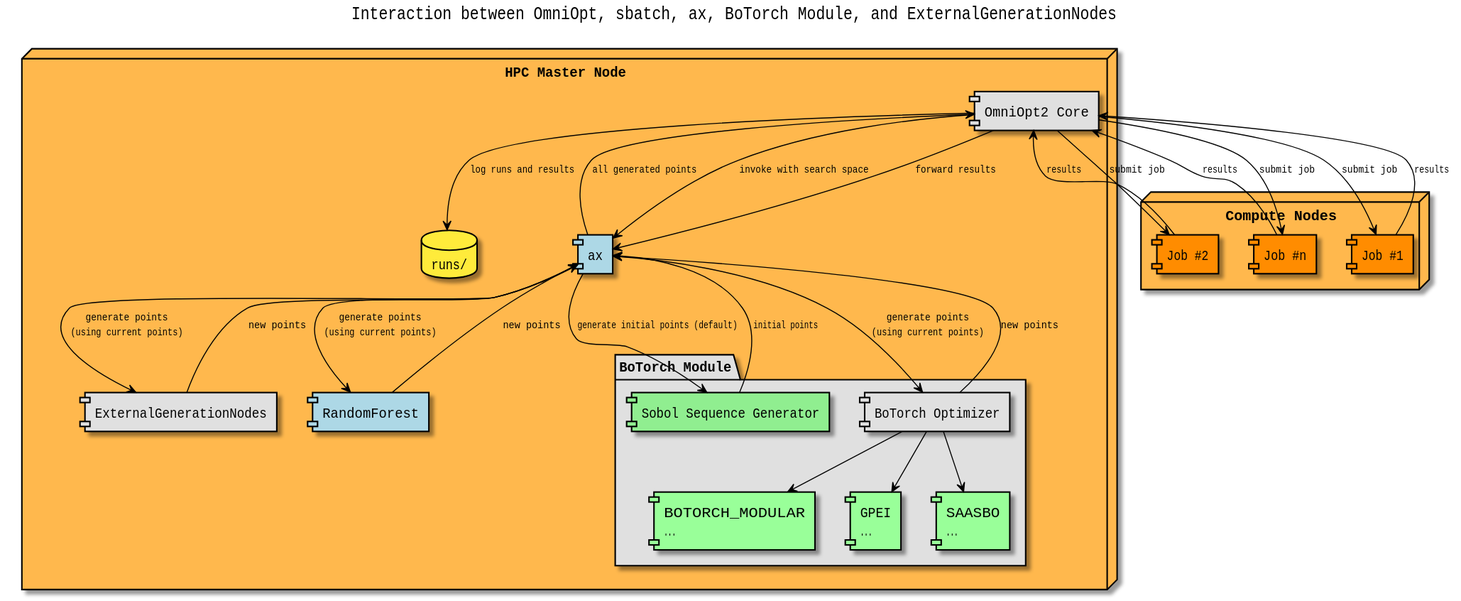
Earlier version of the PlantUML export .gui/documentation/output_light_slurm/slurm.svg (NormanTUD/OmniOpt).
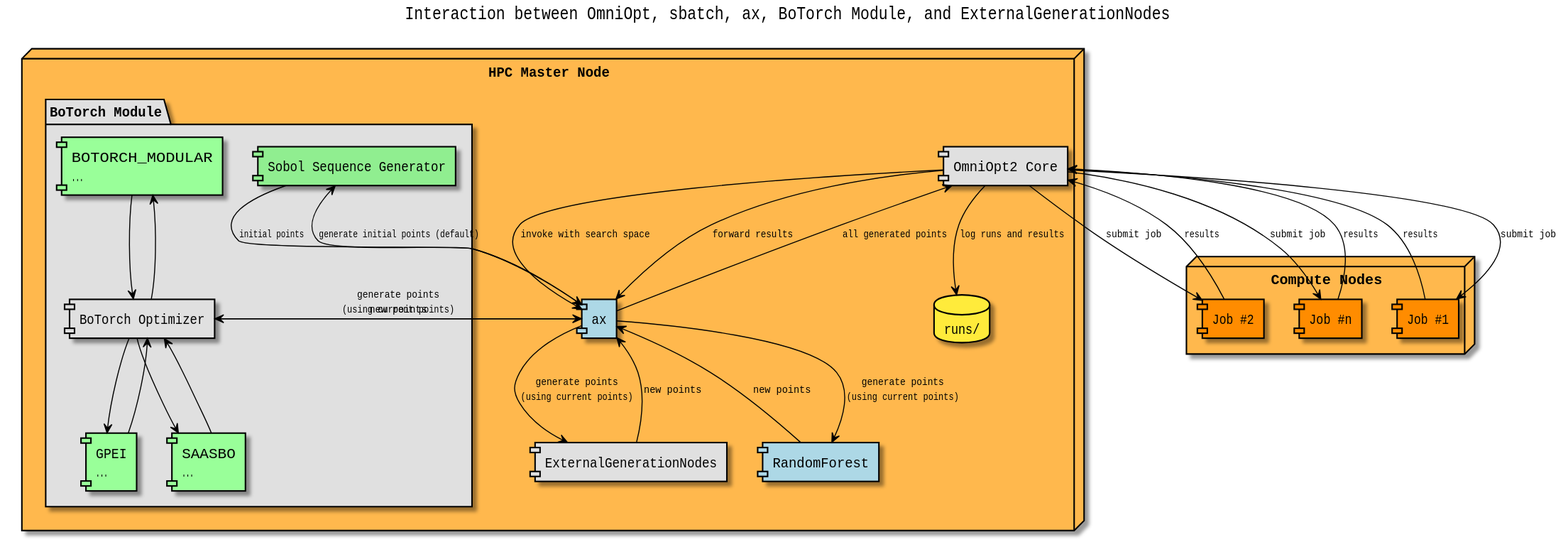
The same diagram one commit later.

What changed in the source:
```diff
@@ -40,8 +40,11 @@
     component "SAASBO\n..." as saasbo #99FF99
 
     botorch -down-> modular
+    modular -> botorch
     botorch -down-> gpei
+    gpei -> botorch
     botorch -down-> saasbo
+    saasbo -> botorch
   }
 
   component "ExternalGenerationNodes" as external_nodes
```
